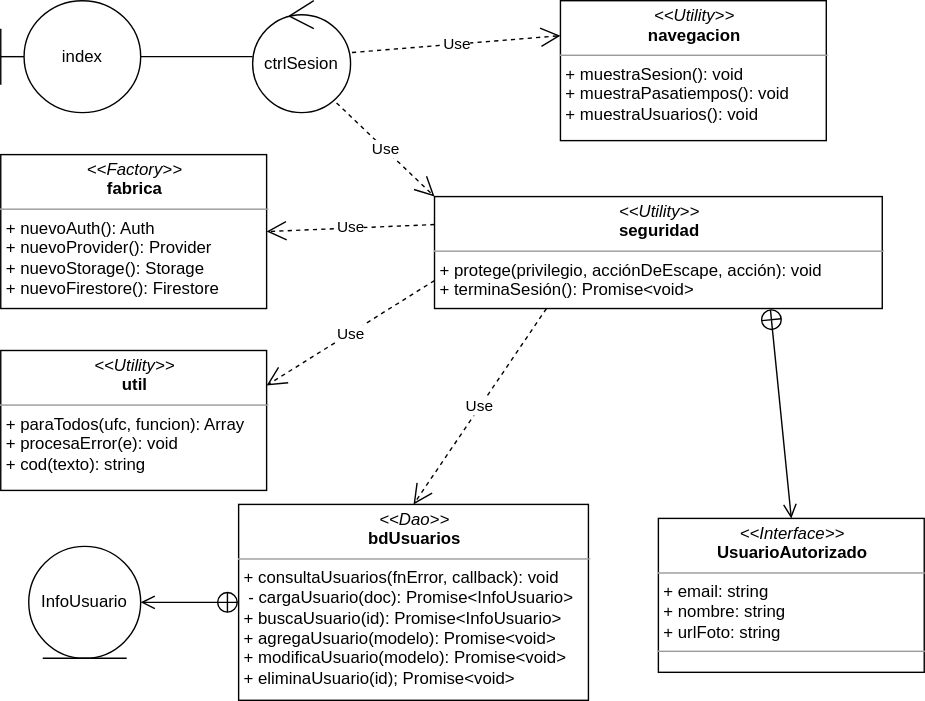
Before: img/seguridad.svg, a diagram exported from draw.io (gilpgdm/gilpgdm.github.io). Source tidied: cells renumbered, new cells last; positions are measured from the earlier drawing's top-left corner, leaving out a move shared by most shapes. Source of this version:
```xml
<mxGraphModel>
  <root>
    <mxCell id="0" />
    <mxCell id="1" parent="0" />
    <mxCell id="2" value="index" style="shape=umlBoundary;whiteSpace=wrap;html=1;" parent="1" vertex="1">
      <mxGeometry width="100" height="80" as="geometry" />
    </mxCell>
    <mxCell id="3" value="InfoUsuario" style="ellipse;shape=umlEntity;whiteSpace=wrap;html=1;" parent="1" vertex="1">
      <mxGeometry x="20" y="390" width="80" height="80" as="geometry" />
    </mxCell>
    <mxCell id="4" value="ctrlSesion" style="ellipse;shape=umlControl;whiteSpace=wrap;html=1;" parent="1" vertex="1">
      <mxGeometry x="180" width="70" height="80" as="geometry" />
    </mxCell>
    <mxCell id="5" style="endArrow=none;html=1;edgeStyle=orthogonalEdgeStyle;" parent="1" edge="1" source="2" target="4">
      <mxGeometry relative="1" as="geometry" />
    </mxCell>
    <mxCell id="6" value="&lt;p style=&quot;margin: 0px ; margin-top: 4px ; text-align: center&quot;&gt;&lt;i&gt;&amp;lt;&amp;lt;Utility&amp;gt;&amp;gt;&lt;/i&gt;&lt;br&gt;&lt;b&gt;navegacion&lt;/b&gt;&lt;/p&gt;&lt;hr size=&quot;1&quot;&gt;&lt;p style=&quot;margin: 0px ; margin-left: 4px&quot;&gt;&lt;/p&gt;&lt;p style=&quot;margin: 0px ; margin-left: 4px&quot;&gt;&lt;span&gt;+ muestraSesion(): void&lt;/span&gt;&lt;br&gt;&lt;/p&gt;&lt;p style=&quot;margin: 0px ; margin-left: 4px&quot;&gt;+ muestraPasatiempos(): void&lt;/p&gt;&lt;p style=&quot;margin: 0px ; margin-left: 4px&quot;&gt;+ muestraUsuarios(): void&lt;/p&gt;" style="verticalAlign=top;align=left;overflow=fill;fontSize=12;fontFamily=Helvetica;html=1;" parent="1" vertex="1">
      <mxGeometry x="400" width="190" height="100" as="geometry" />
    </mxCell>
    <mxCell id="7" value="&lt;p style=&quot;margin: 0px ; margin-top: 4px ; text-align: center&quot;&gt;&lt;i&gt;&amp;lt;&amp;lt;Utility&amp;gt;&amp;gt;&lt;/i&gt;&lt;br&gt;&lt;b&gt;seguridad&lt;/b&gt;&lt;/p&gt;&lt;hr size=&quot;1&quot;&gt;&lt;p style=&quot;margin: 0px ; margin-left: 4px&quot;&gt;&lt;/p&gt;&lt;p style=&quot;margin: 0px ; margin-left: 4px&quot;&gt;+ protege(privilegio, acciónDeEscape, acción): void&lt;br&gt;+ terminaSesión(): Promise&amp;lt;void&amp;gt;&lt;/p&gt;" style="verticalAlign=top;align=left;overflow=fill;fontSize=12;fontFamily=Helvetica;html=1;" parent="1" vertex="1">
      <mxGeometry x="310" y="140" width="320" height="80" as="geometry" />
    </mxCell>
    <mxCell id="8" value="&lt;p style=&quot;margin: 0px ; margin-top: 4px ; text-align: center&quot;&gt;&lt;i&gt;&amp;lt;&amp;lt;Factory&amp;gt;&amp;gt;&lt;/i&gt;&lt;br&gt;&lt;b&gt;fabrica&lt;/b&gt;&lt;/p&gt;&lt;hr size=&quot;1&quot;&gt;&lt;p style=&quot;margin: 0px ; margin-left: 4px&quot;&gt;&lt;/p&gt;&lt;p style=&quot;margin: 0px ; margin-left: 4px&quot;&gt;+ nuevoAuth(): Auth&lt;br&gt;+ nuevoProvider(): Provider&lt;/p&gt;&lt;p style=&quot;margin: 0px ; margin-left: 4px&quot;&gt;+ nuevoStorage(): Storage&lt;/p&gt;&lt;p style=&quot;margin: 0px ; margin-left: 4px&quot;&gt;+ nuevoFirestore(): Firestore&lt;/p&gt;" style="verticalAlign=top;align=left;overflow=fill;fontSize=12;fontFamily=Helvetica;html=1;" parent="1" vertex="1">
      <mxGeometry y="110" width="190" height="110" as="geometry" />
    </mxCell>
    <mxCell id="9" value="&lt;p style=&quot;margin: 0px ; margin-top: 4px ; text-align: center&quot;&gt;&lt;i&gt;&amp;lt;&amp;lt;Interface&amp;gt;&amp;gt;&lt;/i&gt;&lt;br&gt;&lt;b&gt;UsuarioAutorizado&lt;/b&gt;&lt;/p&gt;&lt;hr size=&quot;1&quot;&gt;&lt;p style=&quot;margin: 0px ; margin-left: 4px&quot;&gt;+ email: string&lt;br&gt;+ nombre: string&lt;/p&gt;&lt;p style=&quot;margin: 0px ; margin-left: 4px&quot;&gt;+ urlFoto: string&lt;/p&gt;&lt;hr size=&quot;1&quot;&gt;&lt;p style=&quot;margin: 0px ; margin-left: 4px&quot;&gt;&lt;br&gt;&lt;/p&gt;" style="verticalAlign=top;align=left;overflow=fill;fontSize=12;fontFamily=Helvetica;html=1;" parent="1" vertex="1">
      <mxGeometry x="470" y="370" width="190" height="110" as="geometry" />
    </mxCell>
    <mxCell id="10" style="endArrow=open;startArrow=circlePlus;endFill=0;startFill=0;endSize=8;html=1;entryX=0.5;entryY=0;entryDx=0;entryDy=0;exitX=0.75;exitY=1;exitDx=0;exitDy=0;" parent="1" edge="1" source="7" target="9">
      <mxGeometry relative="1" as="geometry" />
    </mxCell>
    <mxCell id="11" value="&lt;p style=&quot;margin: 0px ; margin-top: 4px ; text-align: center&quot;&gt;&lt;i&gt;&amp;lt;&amp;lt;Utility&amp;gt;&amp;gt;&lt;/i&gt;&lt;br&gt;&lt;b&gt;util&lt;/b&gt;&lt;/p&gt;&lt;hr size=&quot;1&quot;&gt;&lt;p style=&quot;margin: 0px ; margin-left: 4px&quot;&gt;&lt;/p&gt;&lt;p style=&quot;margin: 0px ; margin-left: 4px&quot;&gt;&lt;span&gt;+ paraTodos(ufc, funcion): Array&lt;/span&gt;&lt;br&gt;&lt;/p&gt;&lt;p style=&quot;margin: 0px ; margin-left: 4px&quot;&gt;+ procesaError(e): void&lt;/p&gt;&lt;p style=&quot;margin: 0px ; margin-left: 4px&quot;&gt;+ cod(texto): string&lt;/p&gt;" style="verticalAlign=top;align=left;overflow=fill;fontSize=12;fontFamily=Helvetica;html=1;" parent="1" vertex="1">
      <mxGeometry y="250" width="190" height="100" as="geometry" />
    </mxCell>
    <mxCell id="12" value="Use" style="endArrow=open;endSize=12;dashed=1;html=1;exitX=1.014;exitY=0.463;exitDx=0;exitDy=0;exitPerimeter=0;entryX=0;entryY=0.25;entryDx=0;entryDy=0;" parent="1" edge="1" source="4" target="6">
      <mxGeometry relative="1" as="geometry" />
    </mxCell>
    <mxCell id="13" value="Use" style="endArrow=open;endSize=12;dashed=1;html=1;exitX=0.857;exitY=0.913;exitDx=0;exitDy=0;exitPerimeter=0;entryX=0;entryY=0;entryDx=0;entryDy=0;" parent="1" edge="1" source="4" target="7">
      <mxGeometry relative="1" as="geometry" />
    </mxCell>
    <mxCell id="14" value="Use" style="endArrow=open;endSize=12;dashed=1;html=1;entryX=1;entryY=0.5;entryDx=0;entryDy=0;exitX=0;exitY=0.25;exitDx=0;exitDy=0;" parent="1" edge="1" source="7" target="8">
      <mxGeometry relative="1" as="geometry" />
    </mxCell>
    <mxCell id="15" value="Use" style="endArrow=open;endSize=12;dashed=1;html=1;entryX=1;entryY=0.25;entryDx=0;entryDy=0;exitX=0;exitY=0.75;exitDx=0;exitDy=0;" parent="1" edge="1" source="7" target="11">
      <mxGeometry relative="1" as="geometry" />
    </mxCell>
    <mxCell id="16" value="&lt;p style=&quot;margin: 0px ; margin-top: 4px ; text-align: center&quot;&gt;&lt;i&gt;&amp;lt;&amp;lt;Dao&amp;gt;&amp;gt;&lt;/i&gt;&lt;br&gt;&lt;b&gt;bdUsuarios&lt;/b&gt;&lt;/p&gt;&lt;hr size=&quot;1&quot;&gt;&lt;p style=&quot;margin: 0px ; margin-left: 4px&quot;&gt;&lt;/p&gt;&lt;p style=&quot;margin: 0px ; margin-left: 4px&quot;&gt;&lt;span&gt;+ consultaUsuarios(fnError, callback): void&lt;/span&gt;&lt;br&gt;&lt;/p&gt;&lt;p style=&quot;margin: 0px ; margin-left: 4px&quot;&gt;&amp;nbsp;- cargaUsuario(doc): Promise&amp;lt;InfoUsuario&amp;gt;&lt;/p&gt;&lt;p style=&quot;margin: 0px ; margin-left: 4px&quot;&gt;+ buscaUsuario(id): Promise&amp;lt;InfoUsuario&amp;gt;&lt;/p&gt;&lt;p style=&quot;margin: 0px ; margin-left: 4px&quot;&gt;+ agregaUsuario(modelo): Promise&amp;lt;void&amp;gt;&lt;/p&gt;&lt;p style=&quot;margin: 0px ; margin-left: 4px&quot;&gt;+ modificaUsuario(modelo): Promise&amp;lt;void&amp;gt;&lt;/p&gt;&lt;p style=&quot;margin: 0px ; margin-left: 4px&quot;&gt;+ eliminaUsuario(id); Promise&amp;lt;void&amp;gt;&lt;/p&gt;" style="verticalAlign=top;align=left;overflow=fill;fontSize=12;fontFamily=Helvetica;html=1;" parent="1" vertex="1">
      <mxGeometry x="170" y="360" width="250" height="140" as="geometry" />
    </mxCell>
    <mxCell id="17" style="endArrow=open;startArrow=circlePlus;endFill=0;startFill=0;endSize=8;html=1;entryX=1;entryY=0.5;entryDx=0;entryDy=0;exitX=0;exitY=0.5;exitDx=0;exitDy=0;" parent="1" edge="1" source="16" target="3">
      <mxGeometry relative="1" as="geometry" />
    </mxCell>
    <mxCell id="18" value="Use" style="endArrow=open;endSize=12;dashed=1;html=1;entryX=0.5;entryY=0;entryDx=0;entryDy=0;exitX=0.25;exitY=1;exitDx=0;exitDy=0;" parent="1" edge="1" source="7" target="16">
      <mxGeometry relative="1" as="geometry" />
    </mxCell>
  </root>
</mxGraphModel>
```
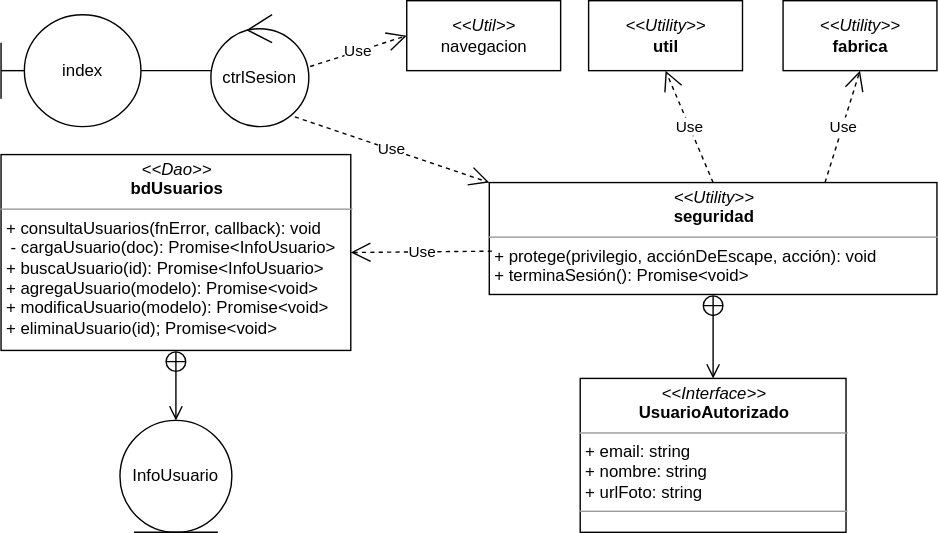
Later version of the same file.

Commit message:
actualiza seguridad

Change to the diagram source:
```diff
@@ -6,52 +6,52 @@
       <mxGeometry width="100" height="80" as="geometry" />
     </mxCell>
     <mxCell id="3" value="InfoUsuario" style="ellipse;shape=umlEntity;whiteSpace=wrap;html=1;" parent="1" vertex="1">
-      <mxGeometry x="20" y="390" width="80" height="80" as="geometry" />
+      <mxGeometry x="85" y="290" width="80" height="80" as="geometry" />
     </mxCell>
     <mxCell id="4" value="ctrlSesion" style="ellipse;shape=umlControl;whiteSpace=wrap;html=1;" parent="1" vertex="1">
-      <mxGeometry x="180" width="70" height="80" as="geometry" />
+      <mxGeometry x="150" width="70" height="80" as="geometry" />
     </mxCell>
     <mxCell id="5" style="endArrow=none;html=1;edgeStyle=orthogonalEdgeStyle;" parent="1" edge="1" source="2" target="4">
       <mxGeometry relative="1" as="geometry" />
     </mxCell>
-    <mxCell id="6" value="&lt;p style=&quot;margin: 0px ; margin-top: 4px ; text-align: center&quot;&gt;&lt;i&gt;&amp;lt;&amp;lt;Utility&amp;gt;&amp;gt;&lt;/i&gt;&lt;br&gt;&lt;b&gt;navegacion&lt;/b&gt;&lt;/p&gt;&lt;hr size=&quot;1&quot;&gt;&lt;p style=&quot;margin: 0px ; margin-left: 4px&quot;&gt;&lt;/p&gt;&lt;p style=&quot;margin: 0px ; margin-left: 4px&quot;&gt;&lt;span&gt;+ muestraSesion(): void&lt;/span&gt;&lt;br&gt;&lt;/p&gt;&lt;p style=&quot;margin: 0px ; margin-left: 4px&quot;&gt;+ muestraPasatiempos(): void&lt;/p&gt;&lt;p style=&quot;margin: 0px ; margin-left: 4px&quot;&gt;+ muestraUsuarios(): void&lt;/p&gt;" style="verticalAlign=top;align=left;overflow=fill;fontSize=12;fontFamily=Helvetica;html=1;" parent="1" vertex="1">
-      <mxGeometry x="400" width="190" height="100" as="geometry" />
-    </mxCell>
     <mxCell id="7" value="&lt;p style=&quot;margin: 0px ; margin-top: 4px ; text-align: center&quot;&gt;&lt;i&gt;&amp;lt;&amp;lt;Utility&amp;gt;&amp;gt;&lt;/i&gt;&lt;br&gt;&lt;b&gt;seguridad&lt;/b&gt;&lt;/p&gt;&lt;hr size=&quot;1&quot;&gt;&lt;p style=&quot;margin: 0px ; margin-left: 4px&quot;&gt;&lt;/p&gt;&lt;p style=&quot;margin: 0px ; margin-left: 4px&quot;&gt;+ protege(privilegio, acciónDeEscape, acción): void&lt;br&gt;+ terminaSesión(): Promise&amp;lt;void&amp;gt;&lt;/p&gt;" style="verticalAlign=top;align=left;overflow=fill;fontSize=12;fontFamily=Helvetica;html=1;" parent="1" vertex="1">
-      <mxGeometry x="310" y="140" width="320" height="80" as="geometry" />
+      <mxGeometry x="349" y="120" width="320" height="80" as="geometry" />
     </mxCell>
-    <mxCell id="8" value="&lt;p style=&quot;margin: 0px ; margin-top: 4px ; text-align: center&quot;&gt;&lt;i&gt;&amp;lt;&amp;lt;Factory&amp;gt;&amp;gt;&lt;/i&gt;&lt;br&gt;&lt;b&gt;fabrica&lt;/b&gt;&lt;/p&gt;&lt;hr size=&quot;1&quot;&gt;&lt;p style=&quot;margin: 0px ; margin-left: 4px&quot;&gt;&lt;/p&gt;&lt;p style=&quot;margin: 0px ; margin-left: 4px&quot;&gt;+ nuevoAuth(): Auth&lt;br&gt;+ nuevoProvider(): Provider&lt;/p&gt;&lt;p style=&quot;margin: 0px ; margin-left: 4px&quot;&gt;+ nuevoStorage(): Storage&lt;/p&gt;&lt;p style=&quot;margin: 0px ; margin-left: 4px&quot;&gt;+ nuevoFirestore(): Firestore&lt;/p&gt;" style="verticalAlign=top;align=left;overflow=fill;fontSize=12;fontFamily=Helvetica;html=1;" parent="1" vertex="1">
-      <mxGeometry y="110" width="190" height="110" as="geometry" />
-    </mxCell>
     <mxCell id="9" value="&lt;p style=&quot;margin: 0px ; margin-top: 4px ; text-align: center&quot;&gt;&lt;i&gt;&amp;lt;&amp;lt;Interface&amp;gt;&amp;gt;&lt;/i&gt;&lt;br&gt;&lt;b&gt;UsuarioAutorizado&lt;/b&gt;&lt;/p&gt;&lt;hr size=&quot;1&quot;&gt;&lt;p style=&quot;margin: 0px ; margin-left: 4px&quot;&gt;+ email: string&lt;br&gt;+ nombre: string&lt;/p&gt;&lt;p style=&quot;margin: 0px ; margin-left: 4px&quot;&gt;+ urlFoto: string&lt;/p&gt;&lt;hr size=&quot;1&quot;&gt;&lt;p style=&quot;margin: 0px ; margin-left: 4px&quot;&gt;&lt;br&gt;&lt;/p&gt;" style="verticalAlign=top;align=left;overflow=fill;fontSize=12;fontFamily=Helvetica;html=1;" parent="1" vertex="1">
-      <mxGeometry x="470" y="370" width="190" height="110" as="geometry" />
+      <mxGeometry x="414" y="260" width="190" height="110" as="geometry" />
     </mxCell>
-    <mxCell id="10" style="endArrow=open;startArrow=circlePlus;endFill=0;startFill=0;endSize=8;html=1;entryX=0.5;entryY=0;entryDx=0;entryDy=0;exitX=0.75;exitY=1;exitDx=0;exitDy=0;" parent="1" edge="1" source="7" target="9">
+    <mxCell id="10" style="endArrow=open;startArrow=circlePlus;endFill=0;startFill=0;endSize=8;html=1;entryX=0.5;entryY=0;entryDx=0;entryDy=0;exitX=0.5;exitY=1;exitDx=0;exitDy=0;" parent="1" edge="1" source="7" target="9">
       <mxGeometry relative="1" as="geometry" />
     </mxCell>
-    <mxCell id="11" value="&lt;p style=&quot;margin: 0px ; margin-top: 4px ; text-align: center&quot;&gt;&lt;i&gt;&amp;lt;&amp;lt;Utility&amp;gt;&amp;gt;&lt;/i&gt;&lt;br&gt;&lt;b&gt;util&lt;/b&gt;&lt;/p&gt;&lt;hr size=&quot;1&quot;&gt;&lt;p style=&quot;margin: 0px ; margin-left: 4px&quot;&gt;&lt;/p&gt;&lt;p style=&quot;margin: 0px ; margin-left: 4px&quot;&gt;&lt;span&gt;+ paraTodos(ufc, funcion): Array&lt;/span&gt;&lt;br&gt;&lt;/p&gt;&lt;p style=&quot;margin: 0px ; margin-left: 4px&quot;&gt;+ procesaError(e): void&lt;/p&gt;&lt;p style=&quot;margin: 0px ; margin-left: 4px&quot;&gt;+ cod(texto): string&lt;/p&gt;" style="verticalAlign=top;align=left;overflow=fill;fontSize=12;fontFamily=Helvetica;html=1;" parent="1" vertex="1">
-      <mxGeometry y="250" width="190" height="100" as="geometry" />
-    </mxCell>
-    <mxCell id="12" value="Use" style="endArrow=open;endSize=12;dashed=1;html=1;exitX=1.014;exitY=0.463;exitDx=0;exitDy=0;exitPerimeter=0;entryX=0;entryY=0.25;entryDx=0;entryDy=0;" parent="1" edge="1" source="4" target="6">
+    <mxCell id="12" value="Use" style="endArrow=open;endSize=12;dashed=1;html=1;exitX=1.014;exitY=0.463;exitDx=0;exitDy=0;exitPerimeter=0;entryX=0;entryY=0.5;entryDx=0;entryDy=0;" parent="1" edge="1" source="4" target="19">
       <mxGeometry relative="1" as="geometry" />
     </mxCell>
     <mxCell id="13" value="Use" style="endArrow=open;endSize=12;dashed=1;html=1;exitX=0.857;exitY=0.913;exitDx=0;exitDy=0;exitPerimeter=0;entryX=0;entryY=0;entryDx=0;entryDy=0;" parent="1" edge="1" source="4" target="7">
       <mxGeometry relative="1" as="geometry" />
     </mxCell>
-    <mxCell id="14" value="Use" style="endArrow=open;endSize=12;dashed=1;html=1;entryX=1;entryY=0.5;entryDx=0;entryDy=0;exitX=0;exitY=0.25;exitDx=0;exitDy=0;" parent="1" edge="1" source="7" target="8">
+    <mxCell id="14" value="Use" style="endArrow=open;endSize=12;dashed=1;html=1;entryX=0.5;entryY=1;entryDx=0;entryDy=0;exitX=0.75;exitY=0;exitDx=0;exitDy=0;" parent="1" edge="1" source="7" target="21">
       <mxGeometry relative="1" as="geometry" />
     </mxCell>
-    <mxCell id="15" value="Use" style="endArrow=open;endSize=12;dashed=1;html=1;entryX=1;entryY=0.25;entryDx=0;entryDy=0;exitX=0;exitY=0.75;exitDx=0;exitDy=0;" parent="1" edge="1" source="7" target="11">
+    <mxCell id="15" value="Use" style="endArrow=open;endSize=12;dashed=1;html=1;entryX=0.5;entryY=1;entryDx=0;entryDy=0;exitX=0.5;exitY=0;exitDx=0;exitDy=0;" parent="1" edge="1" source="7" target="20">
       <mxGeometry relative="1" as="geometry" />
     </mxCell>
     <mxCell id="16" value="&lt;p style=&quot;margin: 0px ; margin-top: 4px ; text-align: center&quot;&gt;&lt;i&gt;&amp;lt;&amp;lt;Dao&amp;gt;&amp;gt;&lt;/i&gt;&lt;br&gt;&lt;b&gt;bdUsuarios&lt;/b&gt;&lt;/p&gt;&lt;hr size=&quot;1&quot;&gt;&lt;p style=&quot;margin: 0px ; margin-left: 4px&quot;&gt;&lt;/p&gt;&lt;p style=&quot;margin: 0px ; margin-left: 4px&quot;&gt;&lt;span&gt;+ consultaUsuarios(fnError, callback): void&lt;/span&gt;&lt;br&gt;&lt;/p&gt;&lt;p style=&quot;margin: 0px ; margin-left: 4px&quot;&gt;&amp;nbsp;- cargaUsuario(doc): Promise&amp;lt;InfoUsuario&amp;gt;&lt;/p&gt;&lt;p style=&quot;margin: 0px ; margin-left: 4px&quot;&gt;+ buscaUsuario(id): Promise&amp;lt;InfoUsuario&amp;gt;&lt;/p&gt;&lt;p style=&quot;margin: 0px ; margin-left: 4px&quot;&gt;+ agregaUsuario(modelo): Promise&amp;lt;void&amp;gt;&lt;/p&gt;&lt;p style=&quot;margin: 0px ; margin-left: 4px&quot;&gt;+ modificaUsuario(modelo): Promise&amp;lt;void&amp;gt;&lt;/p&gt;&lt;p style=&quot;margin: 0px ; margin-left: 4px&quot;&gt;+ eliminaUsuario(id); Promise&amp;lt;void&amp;gt;&lt;/p&gt;" style="verticalAlign=top;align=left;overflow=fill;fontSize=12;fontFamily=Helvetica;html=1;" parent="1" vertex="1">
-      <mxGeometry x="170" y="360" width="250" height="140" as="geometry" />
+      <mxGeometry y="100" width="250" height="140" as="geometry" />
     </mxCell>
-    <mxCell id="17" style="endArrow=open;startArrow=circlePlus;endFill=0;startFill=0;endSize=8;html=1;entryX=1;entryY=0.5;entryDx=0;entryDy=0;exitX=0;exitY=0.5;exitDx=0;exitDy=0;" parent="1" edge="1" source="16" target="3">
+    <mxCell id="17" style="endArrow=open;startArrow=circlePlus;endFill=0;startFill=0;endSize=8;html=1;entryX=0.5;entryY=0;entryDx=0;entryDy=0;exitX=0.5;exitY=1;exitDx=0;exitDy=0;" parent="1" edge="1" source="16" target="3">
       <mxGeometry relative="1" as="geometry" />
     </mxCell>
-    <mxCell id="18" value="Use" style="endArrow=open;endSize=12;dashed=1;html=1;entryX=0.5;entryY=0;entryDx=0;entryDy=0;exitX=0.25;exitY=1;exitDx=0;exitDy=0;" parent="1" edge="1" source="7" target="16">
+    <mxCell id="18" value="Use" style="endArrow=open;endSize=12;dashed=1;html=1;entryX=1;entryY=0.5;entryDx=0;entryDy=0;exitX=0.006;exitY=0.613;exitDx=0;exitDy=0;exitPerimeter=0;" parent="1" edge="1" source="7" target="16">
       <mxGeometry relative="1" as="geometry" />
     </mxCell>
+    <mxCell id="19" value="&lt;i&gt;&amp;lt;&amp;lt;Util&amp;gt;&amp;gt;&lt;/i&gt;&lt;br&gt;navegacion" style="html=1;" parent="1" vertex="1">
+      <mxGeometry x="290" y="-10" width="110" height="50" as="geometry" />
+    </mxCell>
+    <mxCell id="20" value="&lt;i&gt;&amp;lt;&amp;lt;Utility&amp;gt;&amp;gt;&lt;/i&gt;&lt;br&gt;&lt;b&gt;util&lt;/b&gt;" style="html=1;" parent="1" vertex="1">
+      <mxGeometry x="420" y="-10" width="110" height="50" as="geometry" />
+    </mxCell>
+    <mxCell id="21" value="&lt;i&gt;&amp;lt;&amp;lt;Utility&amp;gt;&amp;gt;&lt;/i&gt;&lt;br&gt;&lt;b&gt;fabrica&lt;/b&gt;" style="html=1;" parent="1" vertex="1">
+      <mxGeometry x="559" y="-10" width="110" height="50" as="geometry" />
+    </mxCell>
   </root>
 </mxGraphModel>
```
